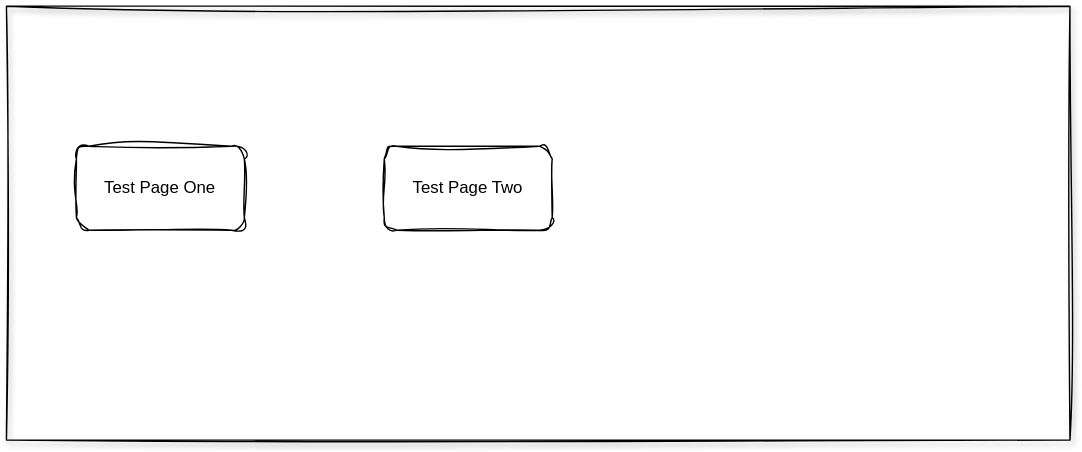
dougo-chris/revist keeps this draw.io diagram as public/images/_backlog/000/test.drawio.svg. Above is the earlier version. Source tidied: cells renumbered, new cells last; positions are measured from the earlier drawing's top-left corner, leaving out a move shared by most shapes.
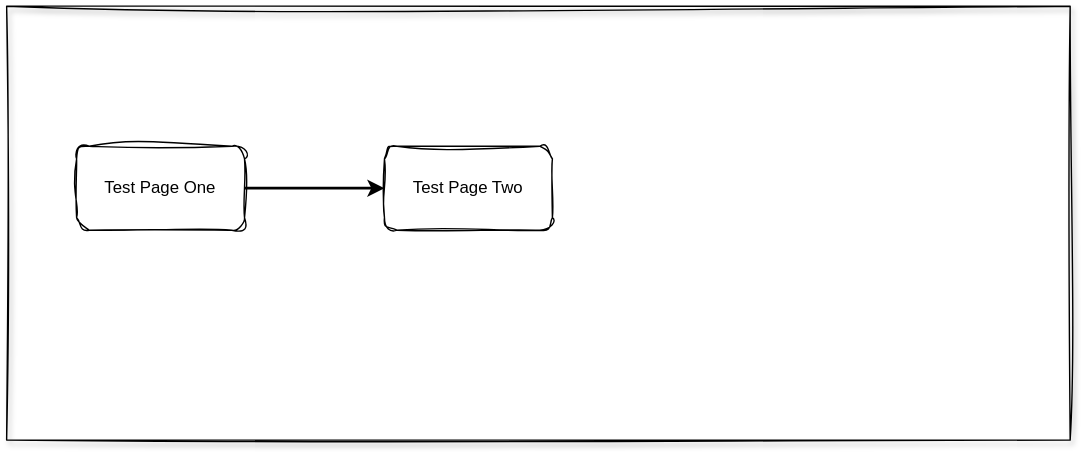
Later version of the same file.

What changed in the source:
```diff
@@ -2,14 +2,17 @@
   <root>
     <mxCell id="0" />
     <mxCell id="1" parent="0" />
-    <mxCell id="2" style="rounded=0;whiteSpace=wrap;html=1;fillColor=none;strokeColor=default;sketch=1;curveFitting=1;jiggle=2;glass=0;shadow=1;" parent="1" vertex="1">
+    <mxCell id="2" style="rounded=0;whiteSpace=wrap;html=1;fillColor=none;strokeColor=default;sketch=1;curveFitting=1;jiggle=2;glass=0;shadow=1;fontStyle=0;" parent="1" vertex="1">
       <mxGeometry width="760" height="310" as="geometry" />
     </mxCell>
-    <mxCell id="3" value="Test Page One" style="rounded=1;whiteSpace=wrap;html=1;sketch=1;curveFitting=1;jiggle=2;" parent="1" vertex="1">
+    <mxCell id="3" value="Test Page One" style="rounded=1;whiteSpace=wrap;html=1;sketch=1;curveFitting=1;jiggle=2;fontStyle=0;" parent="1" vertex="1">
       <mxGeometry x="50" y="100" width="120" height="60" as="geometry" />
     </mxCell>
-    <mxCell id="4" value="Test Page Two" style="rounded=1;whiteSpace=wrap;html=1;sketch=1;curveFitting=1;jiggle=2;" parent="1" vertex="1">
+    <mxCell id="4" value="Test Page Two" style="rounded=1;whiteSpace=wrap;html=1;sketch=1;curveFitting=1;jiggle=2;fontStyle=0;" parent="1" vertex="1">
       <mxGeometry x="270" y="100" width="120" height="60" as="geometry" />
     </mxCell>
+    <mxCell id="5" style="endArrow=classic;html=1;exitX=1;exitY=0.5;exitDx=0;exitDy=0;entryX=0;entryY=0.5;entryDx=0;entryDy=0;strokeWidth=2;rounded=1;curved=0;flowAnimation=0;" parent="1" edge="1" source="3" target="4">
+      <mxGeometry relative="1" as="geometry" />
+    </mxCell>
   </root>
 </mxGraphModel>
```
